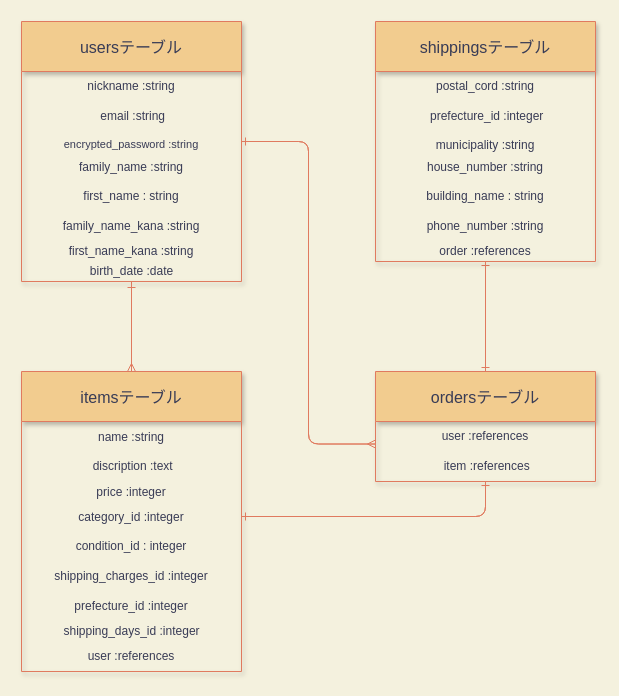
The draw.io diagram furima.dio in y-yano0910/furima-34781, before the edit. Source tidied: cells renumbered, new cells numbered last; positions are measured from the earlier drawing's top-left corner, leaving out a move shared by most shapes. Both pictures are drawn from the tidied source at 100%, with x=0, y=0 at pixel (21, 21).
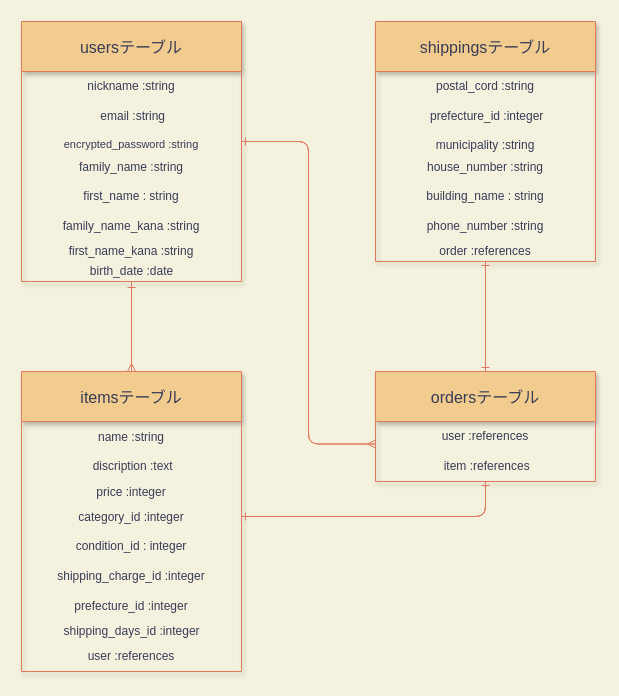
Above is the later version.

Unchanged cells that the change refers to:
```xml
<mxCell id="13" value="itemsテーブル" style="swimlane;fontStyle=0;horizontal=1;startSize=50;align=center;fontSize=16;shadow=1;fillColor=#F2CC8F;strokeColor=#E07A5F;fontColor=#393C56;" parent="1" vertex="1">
  <mxGeometry y="350" width="220" height="300" as="geometry" />
</mxCell>
```

What changed in the source:
```diff
@@
-    <mxCell id="19" value="shipping_charges_id :integer" style="text;html=1;strokeColor=none;fillColor=none;align=center;verticalAlign=middle;whiteSpace=wrap;rounded=0;shadow=1;fontColor=#393C56;" parent="13" vertex="1">
+    <mxCell id="19" value="shipping_charge_id :integer" style="text;html=1;strokeColor=none;fillColor=none;align=center;verticalAlign=middle;whiteSpace=wrap;rounded=0;shadow=1;fontColor=#393C56;" parent="13" vertex="1">
       <mxGeometry y="190" width="220" height="30" as="geometry" />
     </mxCell>
```
